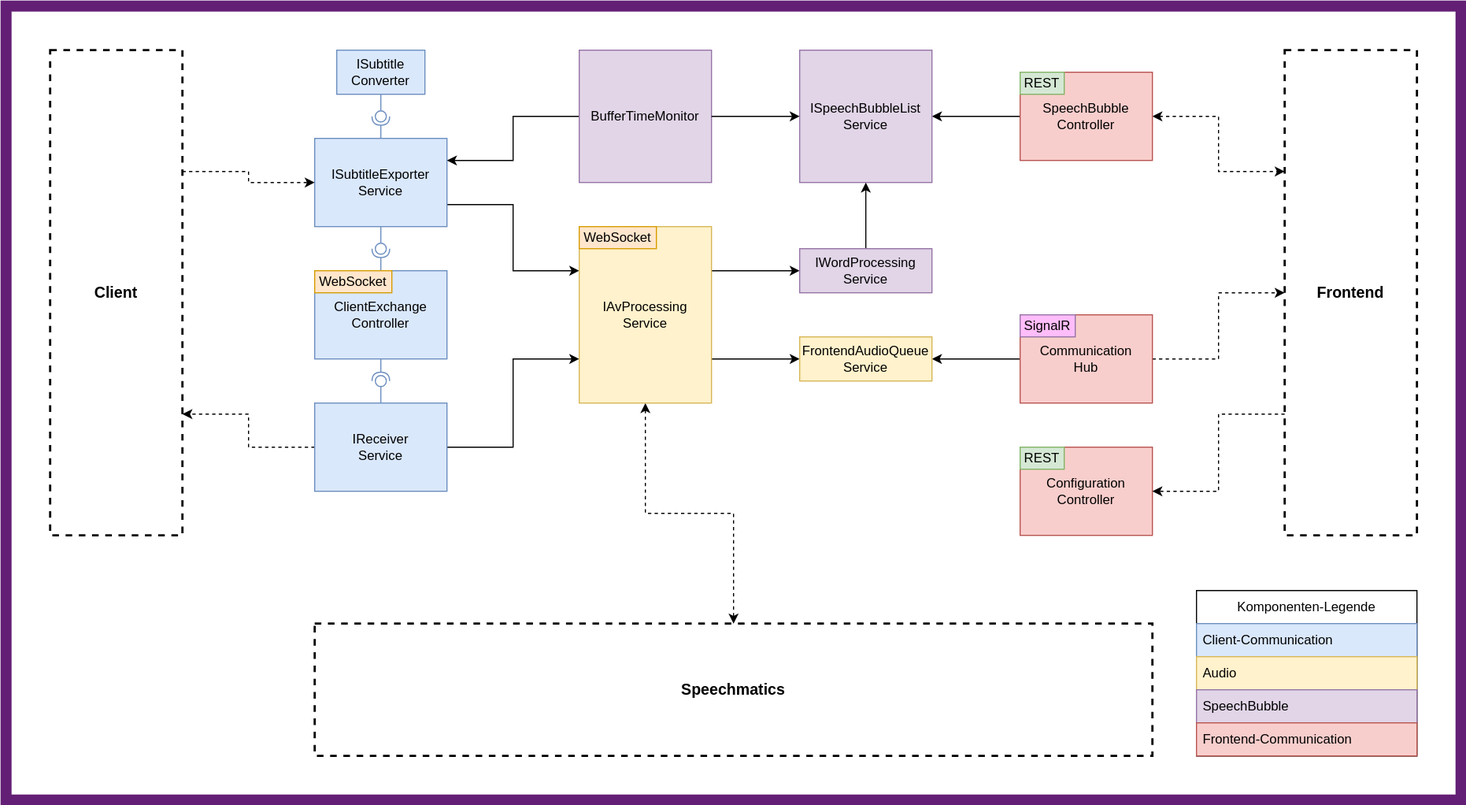
The draw.io diagram TechnicalDocumentation/arc42/img/Bausteinsicht_2_Backend.drawio.svg in Subletic/Documentation, before a commit. Source tidied: cells renumbered, new cells last; positions are measured from the earlier drawing's top-left corner, leaving out a move shared by most shapes.
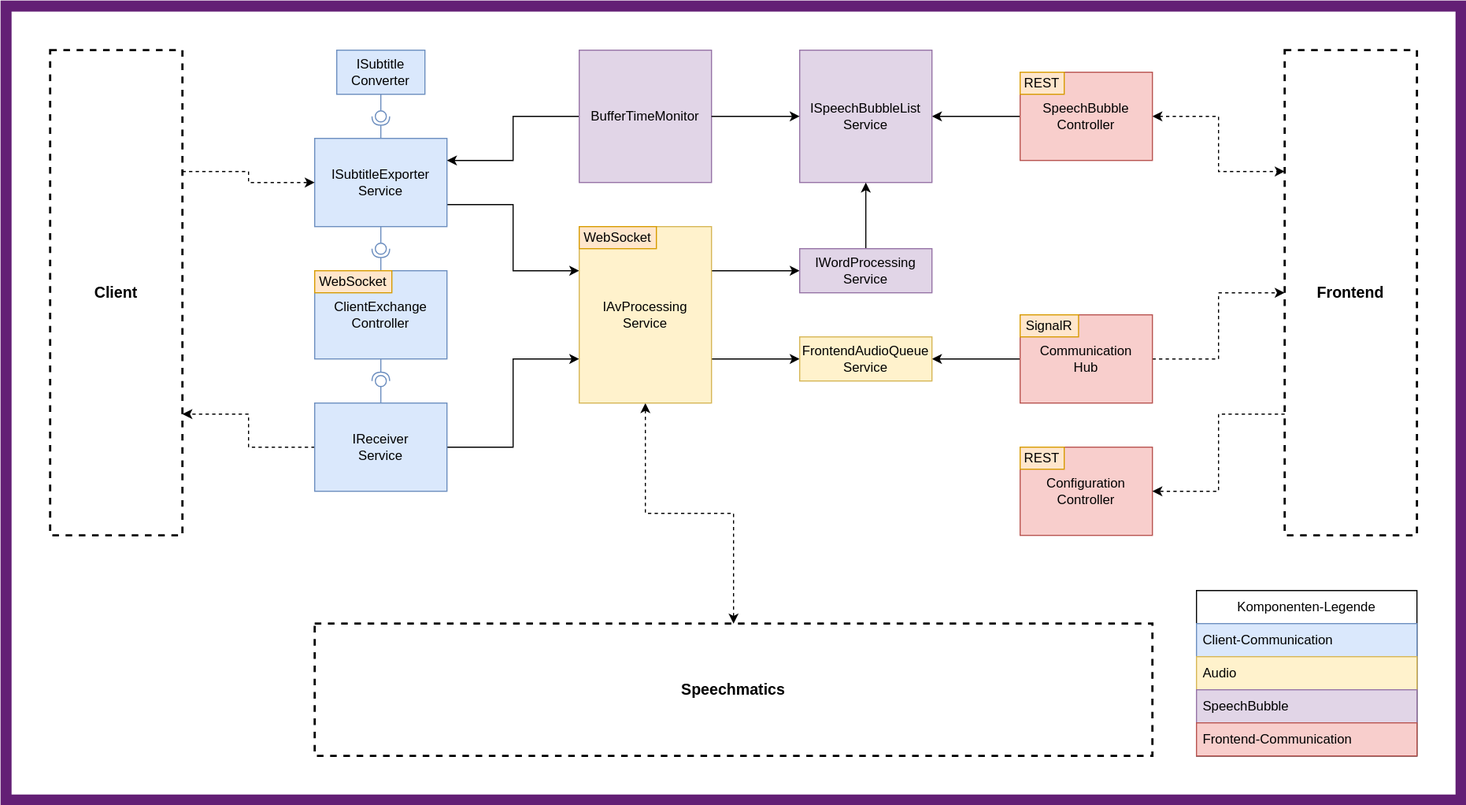
After the commit.

Commit message:
#138 docs: improved diagrams

What changed in the source:
```diff
@@ -122,15 +122,6 @@
     <mxCell id="37" value="Configuration&lt;div&gt;Controller&lt;/div&gt;" style="html=1;whiteSpace=wrap;fillColor=#f8cecc;strokeColor=#b85450;" parent="1" vertex="1">
       <mxGeometry x="920" y="400" width="120" height="80" as="geometry" />
     </mxCell>
-    <mxCell id="38" value="SignalR" style="rounded=0;whiteSpace=wrap;html=1;fillColor=#ffbdfa;strokeColor=#9673a6;" parent="1" vertex="1">
-      <mxGeometry x="920" y="280" width="50" height="20" as="geometry" />
-    </mxCell>
-    <mxCell id="39" value="REST" style="rounded=0;whiteSpace=wrap;html=1;fillColor=#d5e8d4;strokeColor=#82b366;" parent="1" vertex="1">
-      <mxGeometry x="920" y="60" width="40" height="20" as="geometry" />
-    </mxCell>
-    <mxCell id="40" value="REST" style="rounded=0;whiteSpace=wrap;html=1;fillColor=#d5e8d4;strokeColor=#82b366;" parent="1" vertex="1">
-      <mxGeometry x="920" y="400" width="40" height="20" as="geometry" />
-    </mxCell>
     <mxCell id="41" value="WebSocket" style="rounded=0;whiteSpace=wrap;html=1;fillColor=#ffe6cc;strokeColor=#d79b00;" parent="1" vertex="1">
       <mxGeometry x="280" y="240" width="70" height="20" as="geometry" />
     </mxCell>
@@ -167,5 +158,14 @@
     <mxCell id="52" value="&lt;font size=&quot;1&quot;&gt;&lt;b style=&quot;font-size: 14px;&quot;&gt;Speechmatics&lt;/b&gt;&lt;/font&gt;" style="rounded=0;whiteSpace=wrap;html=1;fillColor=none;dashed=1;strokeWidth=2;" parent="1" vertex="1">
       <mxGeometry x="280" y="560" width="760" height="120" as="geometry" />
     </mxCell>
+    <mxCell id="38" value="SignalR" style="rounded=0;whiteSpace=wrap;html=1;fillColor=#ffe6cc;strokeColor=#d79b00;" parent="1" vertex="1">
+      <mxGeometry x="920" y="280" width="53" height="20" as="geometry" />
+    </mxCell>
+    <mxCell id="53" value="REST" style="rounded=0;whiteSpace=wrap;html=1;fillColor=#ffe6cc;strokeColor=#d79b00;" parent="1" vertex="1">
+      <mxGeometry x="920" y="400" width="40" height="20" as="geometry" />
+    </mxCell>
+    <mxCell id="54" value="REST" style="rounded=0;whiteSpace=wrap;html=1;fillColor=#ffe6cc;strokeColor=#d79b00;" parent="1" vertex="1">
+      <mxGeometry x="920" y="60" width="40" height="20" as="geometry" />
+    </mxCell>
   </root>
 </mxGraphModel>
```
